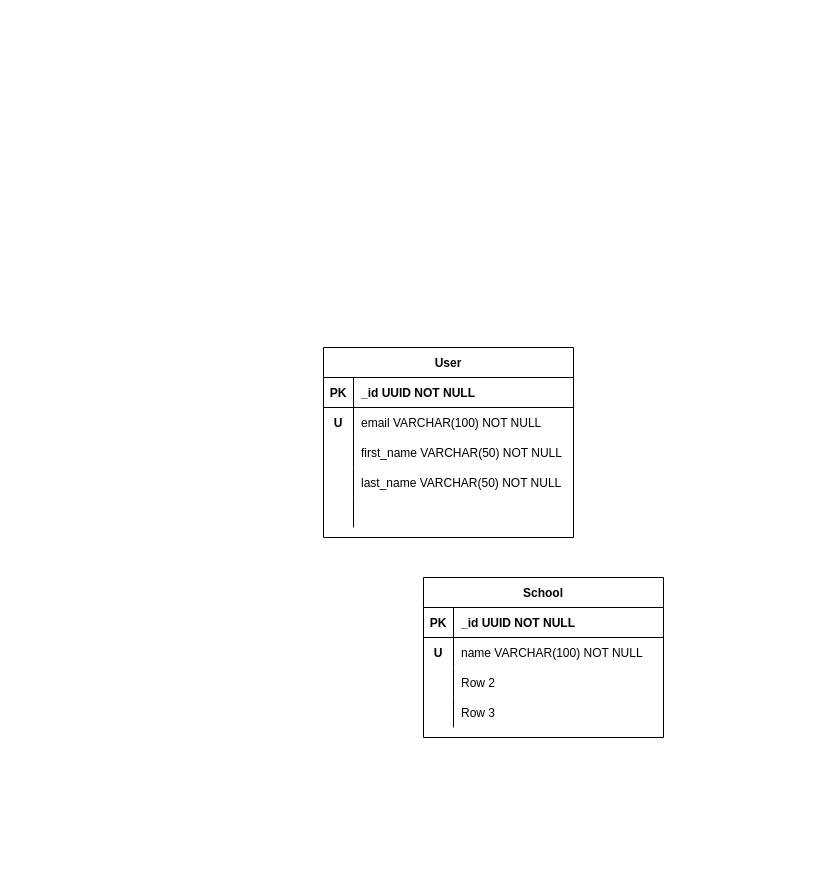
KRTirtho/veschool-diagrams keeps this draw.io diagram as veschool-entity-relation.drawio. Above is the earlier version. Source tidied: cells renumbered, new cells numbered last; positions are measured from the earlier drawing's top-left corner, leaving out a move shared by most shapes. Both pictures are drawn from the tidied source at 100%, with x=0, y=0 at pixel (323, 347).
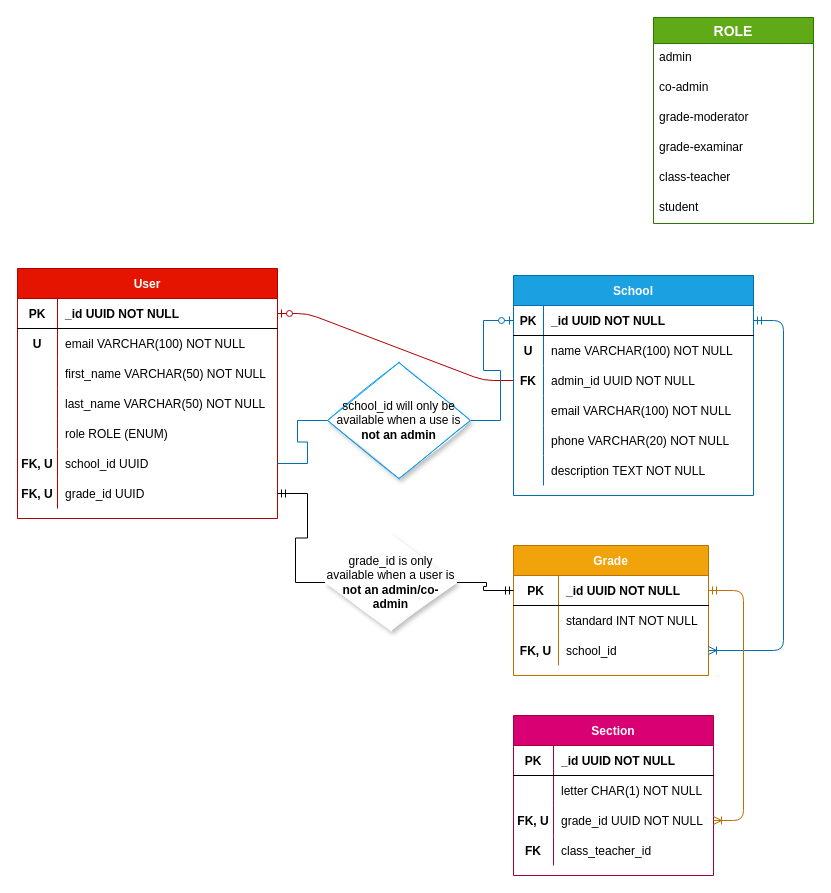
Above is the later version.

The change refers to these unchanged cells:
```xml
<mxCell id="19" style="shape=partialRectangle;fillColor=none;top=0;left=0;bottom=1;right=0;points=[[0,0.5],[1,0.5]];portConstraint=eastwest;" parent="18" vertex="1">
  <mxGeometry y="30" width="240" height="30" as="geometry" />
</mxCell>
<mxCell id="25" style="shape=partialRectangle;fillColor=none;top=0;left=0;bottom=0;right=0;points=[[0,0.5],[1,0.5]];portConstraint=eastwest;" parent="18" vertex="1">
  <mxGeometry y="90" width="240" height="30" as="geometry" />
</mxCell>
<mxCell id="28" style="shape=partialRectangle;fillColor=none;top=0;left=0;bottom=0;right=0;" parent="18" vertex="1">
  <mxGeometry y="120" width="240" height="30" as="geometry" />
</mxCell>
```

Change to the diagram source:
```diff
@@
-    <mxCell id="2" value="User" style="shape=table;startSize=30;childLayout=tableLayout;rowLines=0;fontStyle=1;align=center;" parent="1" vertex="1">
-      <mxGeometry width="250" height="190" as="geometry" />
+    <mxCell id="2" value="User" style="shape=table;startSize=30;childLayout=tableLayout;rowLines=0;fontStyle=1;align=center;fillColor=#e51400;strokeColor=#B20000;fontColor=#ffffff;" parent="1" vertex="1">
+      <mxGeometry x="-306" y="-79" width="260" height="250" as="geometry" />
     </mxCell>
     <mxCell id="3" style="shape=partialRectangle;fillColor=none;top=0;left=0;bottom=1;right=0;points=[[0,0.5],[1,0.5]];portConstraint=eastwest;" parent="2" vertex="1">
-      <mxGeometry y="30" width="250" height="30" as="geometry" />
+      <mxGeometry y="30" width="260" height="30" as="geometry" />
     </mxCell>
     <mxCell id="4" value="PK" style="shape=partialRectangle;fillColor=none;top=0;left=0;bottom=0;right=0;fontStyle=1;overflow=hidden;" parent="3" vertex="1">
-      <mxGeometry width="30" height="30" as="geometry" />
+      <mxGeometry width="40" height="30" as="geometry" />
     </mxCell>
     <mxCell id="5" value="_id UUID NOT NULL" style="shape=partialRectangle;fillColor=none;top=0;left=0;bottom=0;right=0;align=left;spacingLeft=6;fontStyle=1;overflow=hidden;" parent="3" vertex="1">
-      <mxGeometry x="30" width="220" height="30" as="geometry" />
+      <mxGeometry x="40" width="220" height="30" as="geometry" />
     </mxCell>
     <mxCell id="6" style="shape=partialRectangle;fillColor=none;top=0;left=0;bottom=0;right=0;" parent="2" vertex="1">
-      <mxGeometry y="60" width="250" height="30" as="geometry" />
+      <mxGeometry y="60" width="260" height="30" as="geometry" />
     </mxCell>
     <mxCell id="7" value="U" style="shape=partialRectangle;fillColor=none;top=0;left=0;bottom=0;right=0;overflow=hidden;fontStyle=1;" parent="6" vertex="1">
-      <mxGeometry width="30" height="30" as="geometry" />
+      <mxGeometry width="40" height="30" as="geometry" />
     </mxCell>
     <mxCell id="8" value="email VARCHAR(100) NOT NULL" style="shape=partialRectangle;fillColor=none;top=0;left=0;bottom=0;right=0;align=left;spacingLeft=6;overflow=hidden;" parent="6" vertex="1">
-      <mxGeometry x="30" width="220" height="30" as="geometry" />
+      <mxGeometry x="40" width="220" height="30" as="geometry" />
     </mxCell>
     <mxCell id="9" style="shape=partialRectangle;fillColor=none;top=0;left=0;bottom=0;right=0;" parent="2" vertex="1">
-      <mxGeometry y="90" width="250" height="30" as="geometry" />
+      <mxGeometry y="90" width="260" height="30" as="geometry" />
     </mxCell>
     <mxCell id="10" style="shape=partialRectangle;fillColor=none;top=0;left=0;bottom=0;right=0;overflow=hidden;" parent="9" vertex="1">
-      <mxGeometry width="30" height="30" as="geometry" />
+      <mxGeometry width="40" height="30" as="geometry" />
     </mxCell>
     <mxCell id="11" value="first_name VARCHAR(50) NOT NULL" style="shape=partialRectangle;fillColor=none;top=0;left=0;bottom=0;right=0;align=left;spacingLeft=6;overflow=hidden;" parent="9" vertex="1">
-      <mxGeometry x="30" width="220" height="30" as="geometry" />
+      <mxGeometry x="40" width="220" height="30" as="geometry" />
     </mxCell>
     <mxCell id="12" style="shape=partialRectangle;fillColor=none;top=0;left=0;bottom=0;right=0;" parent="2" vertex="1">
-      <mxGeometry y="120" width="250" height="30" as="geometry" />
+      <mxGeometry y="120" width="260" height="30" as="geometry" />
     </mxCell>
     <mxCell id="13" style="shape=partialRectangle;fillColor=none;top=0;left=0;bottom=0;right=0;overflow=hidden;" parent="12" vertex="1">
-      <mxGeometry width="30" height="30" as="geometry" />
+      <mxGeometry width="40" height="30" as="geometry" />
     </mxCell>
     <mxCell id="14" value="last_name VARCHAR(50) NOT NULL" style="shape=partialRectangle;fillColor=none;top=0;left=0;bottom=0;right=0;align=left;spacingLeft=6;overflow=hidden;" parent="12" vertex="1">
-      <mxGeometry x="30" width="220" height="30" as="geometry" />
+      <mxGeometry x="40" width="220" height="30" as="geometry" />
     </mxCell>
     <mxCell id="15" style="shape=partialRectangle;fillColor=none;top=0;left=0;bottom=0;right=0;" parent="2" vertex="1">
-      <mxGeometry y="150" width="250" height="30" as="geometry" />
+      <mxGeometry y="150" width="260" height="30" as="geometry" />
     </mxCell>
     <mxCell id="16" style="shape=partialRectangle;fillColor=none;top=0;left=0;bottom=0;right=0;overflow=hidden;" parent="15" vertex="1">
-      <mxGeometry width="30" height="30" as="geometry" />
+      <mxGeometry width="40" height="30" as="geometry" />
     </mxCell>
-    <mxCell id="17" style="shape=partialRectangle;fillColor=none;top=0;left=0;bottom=0;right=0;align=left;spacingLeft=6;overflow=hidden;" parent="15" vertex="1">
-      <mxGeometry x="30" width="220" height="30" as="geometry" />
+    <mxCell id="17" value="role ROLE (ENUM)" style="shape=partialRectangle;fillColor=none;top=0;left=0;bottom=0;right=0;align=left;spacingLeft=6;overflow=hidden;" parent="15" vertex="1">
+      <mxGeometry x="40" width="220" height="30" as="geometry" />
     </mxCell>
+    <mxCell id="31" style="shape=partialRectangle;fillColor=none;top=0;left=0;bottom=0;right=0;points=[[0,0.5],[1,0.5]];portConstraint=eastwest;" parent="2" vertex="1">
+      <mxGeometry y="180" width="260" height="30" as="geometry" />
+    </mxCell>
+    <mxCell id="32" value="FK, U" style="shape=partialRectangle;fillColor=none;top=0;left=0;bottom=0;right=0;overflow=hidden;fontStyle=1;" parent="31" vertex="1">
+      <mxGeometry width="40" height="30" as="geometry" />
+    </mxCell>
+    <mxCell id="33" value="school_id UUID" style="shape=partialRectangle;fillColor=none;top=0;left=0;bottom=0;right=0;align=left;spacingLeft=6;overflow=hidden;" parent="31" vertex="1">
+      <mxGeometry x="40" width="220" height="30" as="geometry" />
+    </mxCell>
+    <mxCell id="34" style="shape=partialRectangle;fillColor=none;top=0;left=0;bottom=0;right=0;points=[[0,0.5],[1,0.5]];portConstraint=eastwest;" parent="2" vertex="1">
+      <mxGeometry y="210" width="260" height="30" as="geometry" />
+    </mxCell>
+    <mxCell id="35" value="FK, U" style="shape=partialRectangle;fillColor=none;top=0;left=0;bottom=0;right=0;overflow=hidden;fontStyle=1;" parent="34" vertex="1">
+      <mxGeometry width="40" height="30" as="geometry" />
+    </mxCell>
+    <mxCell id="36" value="grade_id UUID" style="shape=partialRectangle;fillColor=none;top=0;left=0;bottom=0;right=0;align=left;spacingLeft=6;overflow=hidden;" parent="34" vertex="1">
+      <mxGeometry x="40" width="220" height="30" as="geometry" />
+    </mxCell>
-    <mxCell id="18" value="School" style="shape=table;startSize=30;childLayout=tableLayout;rowLines=0;fontStyle=1;align=center;" parent="1" vertex="1">
-      <mxGeometry x="100" y="230" width="240" height="160" as="geometry" />
+    <mxCell id="18" value="School" style="shape=table;startSize=30;childLayout=tableLayout;rowLines=0;fontStyle=1;align=center;fillColor=#1ba1e2;strokeColor=#006EAF;fontColor=#ffffff;" parent="1" vertex="1">
+      <mxGeometry x="190" y="-72" width="240" height="220" as="geometry" />
     </mxCell>
@@
-    <mxCell id="26" style="shape=partialRectangle;fillColor=none;top=0;left=0;bottom=0;right=0;overflow=hidden;" parent="25" vertex="1">
+    <mxCell id="26" value="FK" style="shape=partialRectangle;fillColor=none;top=0;left=0;bottom=0;right=0;overflow=hidden;fontStyle=1;" parent="25" vertex="1">
       <mxGeometry width="30" height="30" as="geometry" />
     </mxCell>
-    <mxCell id="27" value="Row 2" style="shape=partialRectangle;fillColor=none;top=0;left=0;bottom=0;right=0;align=left;spacingLeft=6;overflow=hidden;" parent="25" vertex="1">
+    <mxCell id="27" value="admin_id UUID NOT NULL" style="shape=partialRectangle;fillColor=none;top=0;left=0;bottom=0;right=0;align=left;spacingLeft=6;overflow=hidden;" parent="25" vertex="1">
       <mxGeometry x="30" width="210" height="30" as="geometry" />
     </mxCell>
@@
-    <mxCell id="30" value="Row 3" style="shape=partialRectangle;fillColor=none;top=0;left=0;bottom=0;right=0;align=left;spacingLeft=6;overflow=hidden;" parent="28" vertex="1">
+    <mxCell id="30" value="email VARCHAR(100) NOT NULL" style="shape=partialRectangle;fillColor=none;top=0;left=0;bottom=0;right=0;align=left;spacingLeft=6;overflow=hidden;" parent="28" vertex="1">
       <mxGeometry x="30" width="210" height="30" as="geometry" />
     </mxCell>
+    <mxCell id="37" style="shape=partialRectangle;fillColor=none;top=0;left=0;bottom=0;right=0;" parent="18" vertex="1">
+      <mxGeometry y="150" width="240" height="30" as="geometry" />
+    </mxCell>
+    <mxCell id="38" style="shape=partialRectangle;fillColor=none;top=0;left=0;bottom=0;right=0;overflow=hidden;" parent="37" vertex="1">
+      <mxGeometry width="30" height="30" as="geometry" />
+    </mxCell>
+    <mxCell id="39" value="phone VARCHAR(20) NOT NULL" style="shape=partialRectangle;fillColor=none;top=0;left=0;bottom=0;right=0;align=left;spacingLeft=6;overflow=hidden;" parent="37" vertex="1">
+      <mxGeometry x="30" width="210" height="30" as="geometry" />
+    </mxCell>
+    <mxCell id="40" style="shape=partialRectangle;fillColor=none;top=0;left=0;bottom=0;right=0;" parent="18" vertex="1">
+      <mxGeometry y="180" width="240" height="30" as="geometry" />
+    </mxCell>
+    <mxCell id="41" style="shape=partialRectangle;fillColor=none;top=0;left=0;bottom=0;right=0;overflow=hidden;" parent="40" vertex="1">
+      <mxGeometry width="30" height="30" as="geometry" />
+    </mxCell>
+    <mxCell id="42" value="description TEXT NOT NULL" style="shape=partialRectangle;fillColor=none;top=0;left=0;bottom=0;right=0;align=left;spacingLeft=6;overflow=hidden;" parent="40" vertex="1">
+      <mxGeometry x="30" width="210" height="30" as="geometry" />
+    </mxCell>
+    <mxCell id="43" value="Grade" style="shape=table;startSize=30;childLayout=tableLayout;rowLines=0;fontStyle=1;align=center;fillColor=#f0a30a;strokeColor=#BD7000;fontColor=#ffffff;" parent="1" vertex="1">
+      <mxGeometry x="190" y="198" width="195" height="130" as="geometry" />
+    </mxCell>
+    <mxCell id="44" style="shape=partialRectangle;fillColor=none;top=0;left=0;bottom=1;right=0;points=[[0,0.5],[1,0.5]];portConstraint=eastwest;" parent="43" vertex="1">
+      <mxGeometry y="30" width="195" height="30" as="geometry" />
+    </mxCell>
+    <mxCell id="45" value="PK" style="shape=partialRectangle;fillColor=none;top=0;left=0;bottom=0;right=0;fontStyle=1;overflow=hidden;" parent="44" vertex="1">
+      <mxGeometry width="45" height="30" as="geometry" />
+    </mxCell>
+    <mxCell id="46" value="_id UUID NOT NULL" style="shape=partialRectangle;fillColor=none;top=0;left=0;bottom=0;right=0;align=left;spacingLeft=6;fontStyle=1;overflow=hidden;" parent="44" vertex="1">
+      <mxGeometry x="45" width="150" height="30" as="geometry" />
+    </mxCell>
+    <mxCell id="47" style="shape=partialRectangle;fillColor=none;top=0;left=0;bottom=0;right=0;" parent="43" vertex="1">
+      <mxGeometry y="60" width="195" height="30" as="geometry" />
+    </mxCell>
+    <mxCell id="48" style="shape=partialRectangle;fillColor=none;top=0;left=0;bottom=0;right=0;overflow=hidden;" parent="47" vertex="1">
+      <mxGeometry width="45" height="30" as="geometry" />
+    </mxCell>
+    <mxCell id="49" value="standard INT NOT NULL" style="shape=partialRectangle;fillColor=none;top=0;left=0;bottom=0;right=0;align=left;spacingLeft=6;overflow=hidden;" parent="47" vertex="1">
+      <mxGeometry x="45" width="150" height="30" as="geometry" />
+    </mxCell>
+    <mxCell id="50" style="shape=partialRectangle;fillColor=none;top=0;left=0;bottom=0;right=0;points=[[0,0.5],[1,0.5]];portConstraint=eastwest;" parent="43" vertex="1">
+      <mxGeometry y="90" width="195" height="30" as="geometry" />
+    </mxCell>
+    <mxCell id="51" value="FK, U" style="shape=partialRectangle;fillColor=none;top=0;left=0;bottom=0;right=0;overflow=hidden;fontStyle=1;" parent="50" vertex="1">
+      <mxGeometry width="45" height="30" as="geometry" />
+    </mxCell>
+    <mxCell id="52" value="school_id" style="shape=partialRectangle;fillColor=none;top=0;left=0;bottom=0;right=0;align=left;spacingLeft=6;overflow=hidden;" parent="50" vertex="1">
+      <mxGeometry x="45" width="150" height="30" as="geometry" />
+    </mxCell>
+    <mxCell id="53" value="Section" style="shape=table;startSize=30;childLayout=tableLayout;rowLines=0;fontStyle=1;align=center;fillColor=#d80073;strokeColor=#A50040;fontColor=#ffffff;" parent="1" vertex="1">
+      <mxGeometry x="190" y="368" width="200" height="160" as="geometry" />
+    </mxCell>
+    <mxCell id="54" style="shape=partialRectangle;fillColor=none;top=0;left=0;bottom=1;right=0;" parent="53" vertex="1">
+      <mxGeometry y="30" width="200" height="30" as="geometry" />
+    </mxCell>
+    <mxCell id="55" value="PK" style="shape=partialRectangle;fillColor=none;top=0;left=0;bottom=0;right=0;fontStyle=1;overflow=hidden;" parent="54" vertex="1">
+      <mxGeometry width="40" height="30" as="geometry" />
+    </mxCell>
+    <mxCell id="56" value="_id UUID NOT NULL" style="shape=partialRectangle;fillColor=none;top=0;left=0;bottom=0;right=0;align=left;spacingLeft=6;fontStyle=1;overflow=hidden;" parent="54" vertex="1">
+      <mxGeometry x="40" width="160" height="30" as="geometry" />
+    </mxCell>
+    <mxCell id="57" style="shape=partialRectangle;fillColor=none;top=0;left=0;bottom=0;right=0;" parent="53" vertex="1">
+      <mxGeometry y="60" width="200" height="30" as="geometry" />
+    </mxCell>
+    <mxCell id="58" style="shape=partialRectangle;fillColor=none;top=0;left=0;bottom=0;right=0;overflow=hidden;" parent="57" vertex="1">
+      <mxGeometry width="40" height="30" as="geometry" />
+    </mxCell>
+    <mxCell id="59" value="letter CHAR(1) NOT NULL" style="shape=partialRectangle;fillColor=none;top=0;left=0;bottom=0;right=0;align=left;spacingLeft=6;overflow=hidden;" parent="57" vertex="1">
+      <mxGeometry x="40" width="160" height="30" as="geometry" />
+    </mxCell>
+    <mxCell id="60" style="shape=partialRectangle;fillColor=none;top=0;left=0;bottom=0;right=0;points=[[0,0.5],[1,0.5]];portConstraint=eastwest;" parent="53" vertex="1">
+      <mxGeometry y="90" width="200" height="30" as="geometry" />
+    </mxCell>
+    <mxCell id="61" value="FK, U" style="shape=partialRectangle;fillColor=none;top=0;left=0;bottom=0;right=0;overflow=hidden;fontStyle=1;" parent="60" vertex="1">
+      <mxGeometry width="40" height="30" as="geometry" />
+    </mxCell>
+    <mxCell id="62" value="grade_id UUID NOT NULL" style="shape=partialRectangle;fillColor=none;top=0;left=0;bottom=0;right=0;align=left;spacingLeft=6;overflow=hidden;" parent="60" vertex="1">
+      <mxGeometry x="40" width="160" height="30" as="geometry" />
+    </mxCell>
+    <mxCell id="63" style="shape=partialRectangle;fillColor=none;top=0;left=0;bottom=0;right=0;" parent="53" vertex="1">
+      <mxGeometry y="120" width="200" height="30" as="geometry" />
+    </mxCell>
+    <mxCell id="64" value="FK" style="shape=partialRectangle;fillColor=none;top=0;left=0;bottom=0;right=0;overflow=hidden;fontStyle=1;" parent="63" vertex="1">
+      <mxGeometry width="40" height="30" as="geometry" />
+    </mxCell>
+    <mxCell id="65" value="class_teacher_id" style="shape=partialRectangle;fillColor=none;top=0;left=0;bottom=0;right=0;align=left;spacingLeft=6;overflow=hidden;" parent="63" vertex="1">
+      <mxGeometry x="40" width="160" height="30" as="geometry" />
+    </mxCell>
+    <mxCell id="66" value="ROLE" style="swimlane;fontStyle=1;horizontal=1;startSize=26;align=center;fontSize=14;glass=0;rounded=0;shadow=0;sketch=0;swimlaneLine=1;fillColor=#60a917;strokeColor=#2D7600;fontColor=#ffffff;" parent="1" vertex="1">
+      <mxGeometry x="330" y="-330" width="160" height="206" as="geometry" />
+    </mxCell>
+    <mxCell id="67" value="admin" style="text;strokeColor=none;fillColor=none;spacingLeft=4;spacingRight=4;overflow=hidden;fontSize=12;" parent="66" vertex="1">
+      <mxGeometry y="26" width="160" height="30" as="geometry" />
+    </mxCell>
+    <mxCell id="68" value="co-admin" style="text;strokeColor=none;fillColor=none;spacingLeft=4;spacingRight=4;overflow=hidden;fontSize=12;" parent="66" vertex="1">
+      <mxGeometry y="56" width="160" height="30" as="geometry" />
+    </mxCell>
+    <mxCell id="69" value="grade-moderator" style="text;strokeColor=none;fillColor=none;spacingLeft=4;spacingRight=4;overflow=hidden;fontSize=12;" parent="66" vertex="1">
+      <mxGeometry y="86" width="160" height="30" as="geometry" />
+    </mxCell>
+    <mxCell id="70" value="grade-examinar" style="text;strokeColor=none;fillColor=none;spacingLeft=4;spacingRight=4;overflow=hidden;fontSize=12;" parent="66" vertex="1">
+      <mxGeometry y="116" width="160" height="30" as="geometry" />
+    </mxCell>
+    <mxCell id="71" value="class-teacher" style="text;strokeColor=none;fillColor=none;spacingLeft=4;spacingRight=4;overflow=hidden;fontSize=12;" parent="66" vertex="1">
+      <mxGeometry y="146" width="160" height="30" as="geometry" />
+    </mxCell>
+    <mxCell id="72" value="student" style="text;strokeColor=none;fillColor=none;spacingLeft=4;spacingRight=4;overflow=hidden;fontSize=12;" parent="66" vertex="1">
+      <mxGeometry y="176" width="160" height="30" as="geometry" />
+    </mxCell>
+    <mxCell id="73" style="edgeStyle=entityRelationEdgeStyle;fontSize=12;html=1;endArrow=none;endFill=0;exitX=1;exitY=0.5;exitDx=0;exitDy=0;startArrow=ERzeroToOne;startFill=1;fillColor=#e51400;strokeColor=#B20000;" parent="1" edge="1" source="3" target="25">
+      <mxGeometry relative="1" as="geometry" />
+    </mxCell>
+    <mxCell id="74" style="edgeStyle=entityRelationEdgeStyle;fontSize=12;html=1;endArrow=ERoneToMany;startArrow=ERmandOne;entryX=1;entryY=0.5;entryDx=0;entryDy=0;fillColor=#1ba1e2;strokeColor=#006EAF;" parent="1" edge="1" source="19" target="50">
+      <mxGeometry relative="1" as="geometry" />
+    </mxCell>
+    <mxCell id="75" style="edgeStyle=entityRelationEdgeStyle;fontSize=12;html=1;endArrow=ERoneToMany;startArrow=ERmandOne;fillColor=#f0a30a;strokeColor=#BD7000;" parent="1" edge="1" source="44" target="60">
+      <mxGeometry relative="1" as="geometry" />
+    </mxCell>
+    <mxCell id="76" style="edgeStyle=entityRelationEdgeStyle;rounded=0;jettySize=auto;html=1;endArrow=none;endFill=0;fillColor=#1ba1e2;strokeColor=#006EAF;entryX=0;entryY=0.5;entryDx=0;entryDy=0;" parent="1" edge="1" source="31" target="79">
+      <mxGeometry relative="1" as="geometry" />
+    </mxCell>
+    <mxCell id="77" style="edgeStyle=entityRelationEdgeStyle;rounded=0;jettySize=auto;html=1;entryX=0;entryY=0.5;entryDx=0;entryDy=0;endArrow=none;endFill=0;startArrow=ERmandOne;startFill=0;" parent="1" edge="1" source="34" target="81">
+      <mxGeometry relative="1" as="geometry" />
+    </mxCell>
+    <mxCell id="78" style="edgeStyle=entityRelationEdgeStyle;rounded=0;jettySize=auto;html=1;entryX=0;entryY=0.5;entryDx=0;entryDy=0;startArrow=none;startFill=0;endArrow=ERzeroToOne;endFill=1;fillColor=#1ba1e2;strokeColor=#006EAF;" parent="1" edge="1" source="79" target="19">
+      <mxGeometry relative="1" as="geometry" />
+    </mxCell>
+    <mxCell id="79" value="&lt;font style=&quot;font-size: 12px&quot;&gt;school_id will only be available when a use is &lt;b&gt;not an&lt;/b&gt; &lt;b&gt;admin&lt;/b&gt;&lt;/font&gt;" style="shape=rhombus;perimeter=rhombusPerimeter;whiteSpace=wrap;html=1;align=center;rounded=0;strokeColor=#0C9CF0;comic=0;sketch=1;shadow=1;" parent="1" vertex="1">
+      <mxGeometry x="4" y="15" width="143" height="116" as="geometry" />
+    </mxCell>
+    <mxCell id="80" style="edgeStyle=entityRelationEdgeStyle;rounded=0;jettySize=auto;html=1;startArrow=none;startFill=0;endArrow=ERmandOne;endFill=0;" parent="1" edge="1" source="81" target="44">
+      <mxGeometry relative="1" as="geometry" />
+    </mxCell>
+    <mxCell id="81" value="grade_id is only available when a user is &lt;b&gt;not an admin/co-admin&lt;/b&gt;" style="shape=rhombus;perimeter=rhombusPerimeter;whiteSpace=wrap;html=1;align=center;rounded=0;shadow=1;comic=0;sketch=1;gradientColor=none;strokeColor=#FFFFFF;arcSize=0;" parent="1" vertex="1">
+      <mxGeometry x="2" y="187" width="131" height="96" as="geometry" />
+    </mxCell>
```
